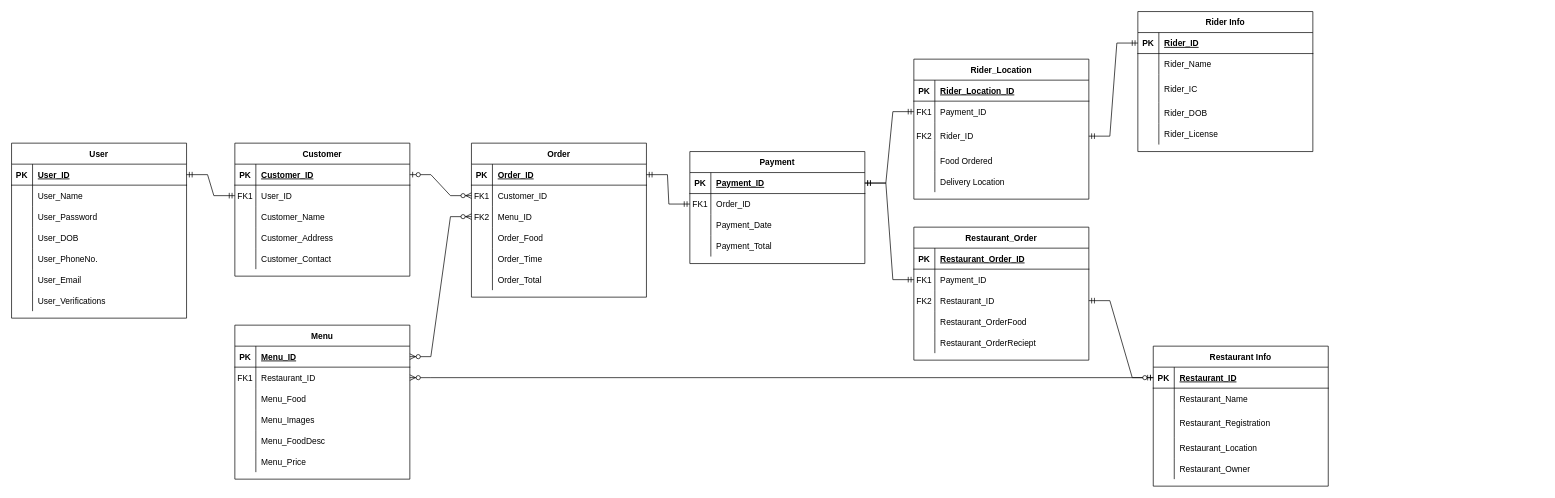
Before: KuchingERD.drawio in AmirAini/BackEndDay1, a draw.io diagram. Source tidied: cells renumbered, new cells numbered last; positions are measured from the earlier drawing's top-left corner, leaving out a move shared by most shapes. Both pictures are drawn from the tidied source at 70%, with x=0, y=0 at pixel (11, 11).
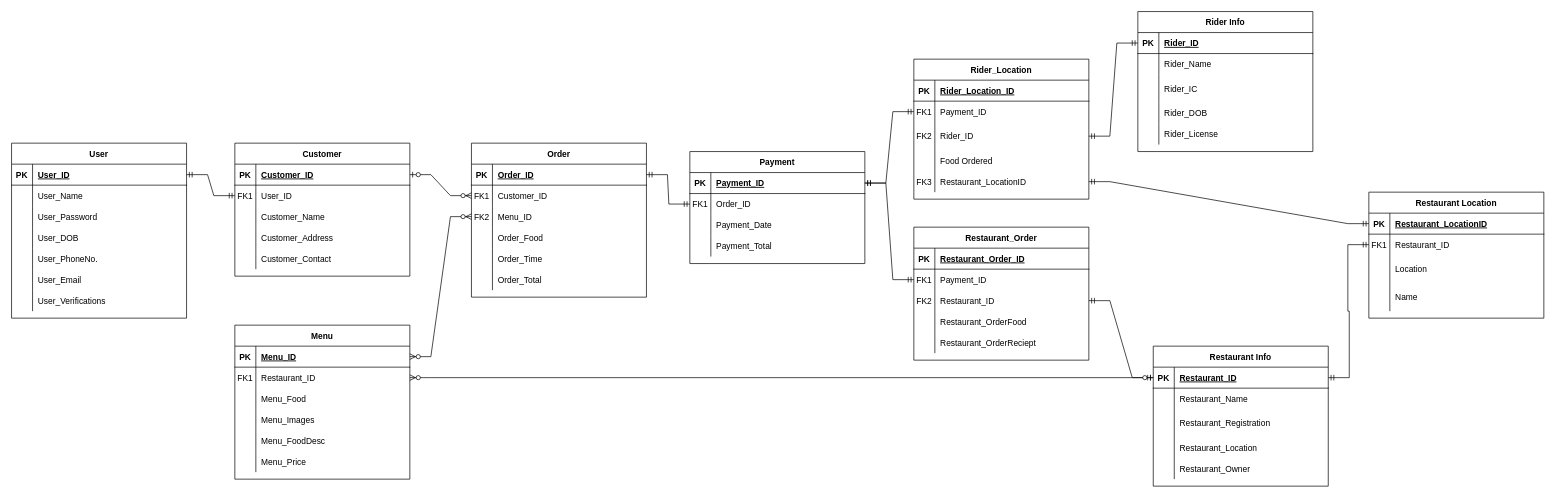
The same diagram, later.

Unchanged cells that the change refers to:
```xml
<mxCell id="108" style="shape=partialRectangle;fillColor=none;points=[[0,0.5],[1,0.5]];portConstraint=eastwest;top=0;left=0;right=0;bottom=0;" parent="95" vertex="1">
  <mxGeometry y="160" width="250" height="30" as="geometry" />
</mxCell>
<mxCell id="147" style="shape=partialRectangle;fillColor=none;points=[[0,0.5],[1,0.5]];portConstraint=eastwest;top=0;left=0;right=0;bottom=1;" parent="146" vertex="1">
  <mxGeometry y="30" width="250" height="30" as="geometry" />
</mxCell>
```

Diff of the diagram source:
```diff
@@
-    <mxCell id="109" style="shape=partialRectangle;overflow=hidden;fillColor=none;top=0;left=0;bottom=0;right=0;" parent="108" vertex="1">
+    <mxCell id="109" value="FK3" style="shape=partialRectangle;overflow=hidden;fillColor=none;top=0;left=0;bottom=0;right=0;" parent="108" vertex="1">
       <mxGeometry width="30" height="30" as="geometry" />
     </mxCell>
-    <mxCell id="110" value="Delivery Location" style="shape=partialRectangle;overflow=hidden;fillColor=none;top=0;left=0;bottom=0;right=0;align=left;spacingLeft=6;" parent="108" vertex="1">
+    <mxCell id="110" value="Restaurant_LocationID" style="shape=partialRectangle;overflow=hidden;fillColor=none;top=0;left=0;bottom=0;right=0;align=left;spacingLeft=6;" parent="108" vertex="1">
       <mxGeometry x="30" width="220" height="30" as="geometry" />
     </mxCell>
@@
+    <mxCell id="164" value="Restaurant Location" style="shape=table;startSize=30;childLayout=tableLayout;rowLines=0;fontStyle=1;align=center;" parent="1" vertex="1">
+      <mxGeometry x="1939" y="258" width="250" height="180" as="geometry" />
+    </mxCell>
+    <mxCell id="165" style="shape=partialRectangle;fillColor=none;points=[[0,0.5],[1,0.5]];portConstraint=eastwest;top=0;left=0;right=0;bottom=1;" parent="164" vertex="1">
+      <mxGeometry y="30" width="250" height="30" as="geometry" />
+    </mxCell>
+    <mxCell id="166" value="PK" style="shape=partialRectangle;overflow=hidden;fillColor=none;top=0;left=0;bottom=0;right=0;fontStyle=1;" parent="165" vertex="1">
+      <mxGeometry width="30" height="30" as="geometry" />
+    </mxCell>
+    <mxCell id="167" value="Restaurant_LocationID" style="shape=partialRectangle;overflow=hidden;fillColor=none;top=0;left=0;bottom=0;right=0;align=left;spacingLeft=6;fontStyle=5;" parent="165" vertex="1">
+      <mxGeometry x="30" width="220" height="30" as="geometry" />
+    </mxCell>
+    <mxCell id="168" style="shape=partialRectangle;fillColor=none;points=[[0,0.5],[1,0.5]];portConstraint=eastwest;top=0;left=0;right=0;bottom=0;" parent="164" vertex="1">
+      <mxGeometry y="60" width="250" height="30" as="geometry" />
+    </mxCell>
+    <mxCell id="169" value="FK1" style="shape=partialRectangle;overflow=hidden;fillColor=none;top=0;left=0;bottom=0;right=0;" parent="168" vertex="1">
+      <mxGeometry width="30" height="30" as="geometry" />
+    </mxCell>
+    <mxCell id="170" value="Restaurant_ID" style="shape=partialRectangle;overflow=hidden;fillColor=none;top=0;left=0;bottom=0;right=0;align=left;spacingLeft=6;" parent="168" vertex="1">
+      <mxGeometry x="30" width="220" height="30" as="geometry" />
+    </mxCell>
+    <mxCell id="171" style="shape=partialRectangle;fillColor=none;top=0;left=0;right=0;bottom=0;" parent="164" vertex="1">
+      <mxGeometry y="90" width="250" height="40" as="geometry" />
+    </mxCell>
+    <mxCell id="172" style="shape=partialRectangle;overflow=hidden;fillColor=none;top=0;left=0;bottom=0;right=0;" parent="171" vertex="1">
+      <mxGeometry width="30" height="40" as="geometry" />
+    </mxCell>
+    <mxCell id="173" value="Location" style="shape=partialRectangle;overflow=hidden;fillColor=none;top=0;left=0;bottom=0;right=0;align=left;spacingLeft=6;" parent="171" vertex="1">
+      <mxGeometry x="30" width="220" height="40" as="geometry" />
+    </mxCell>
+    <mxCell id="174" style="shape=partialRectangle;fillColor=none;top=0;left=0;right=0;bottom=0;" parent="164" vertex="1">
+      <mxGeometry y="130" width="250" height="40" as="geometry" />
+    </mxCell>
+    <mxCell id="175" style="shape=partialRectangle;overflow=hidden;fillColor=none;top=0;left=0;bottom=0;right=0;" parent="174" vertex="1">
+      <mxGeometry width="30" height="40" as="geometry" />
+    </mxCell>
+    <mxCell id="176" value="Name" style="shape=partialRectangle;overflow=hidden;fillColor=none;top=0;left=0;bottom=0;right=0;align=left;spacingLeft=6;" parent="174" vertex="1">
+      <mxGeometry x="30" width="220" height="40" as="geometry" />
+    </mxCell>
+    <mxCell id="177" style="edgeStyle=entityRelationEdgeStyle;fontSize=12;html=1;endArrow=ERmandOne;startArrow=ERmandOne;rounded=0;" parent="1" edge="1" source="147" target="168">
+      <mxGeometry relative="1" as="geometry" />
+    </mxCell>
+    <mxCell id="178" style="edgeStyle=entityRelationEdgeStyle;fontSize=12;html=1;endArrow=ERmandOne;startArrow=ERmandOne;rounded=0;" parent="1" edge="1" source="108" target="165">
+      <mxGeometry relative="1" as="geometry" />
+    </mxCell>
```
